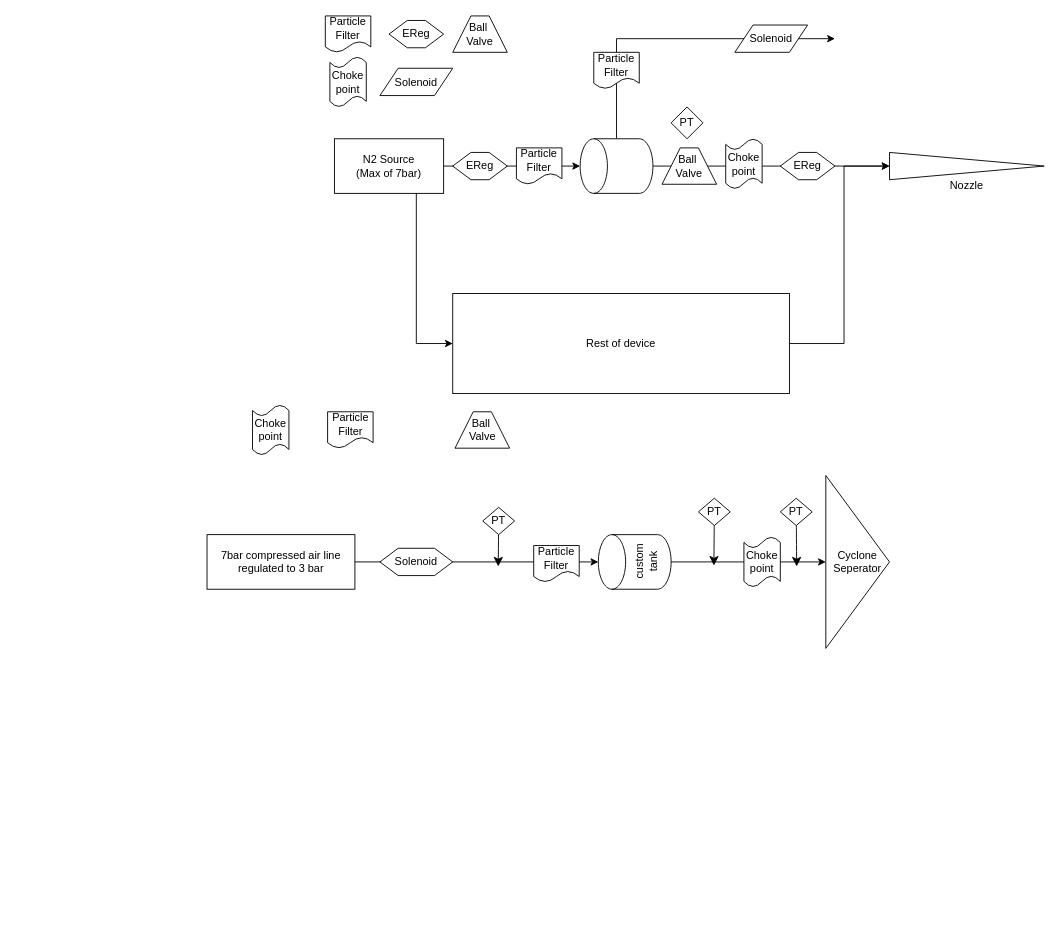
JakCrane/FYP keeps this draw.io diagram as Research_Files/February/FYP_test.drawio. Above is the earlier version. Source tidied: cells renumbered, new cells numbered last; positions are measured from the earlier drawing's top-left corner, leaving out a move shared by most shapes. Both pictures are drawn from the tidied source at 91%, with x=0, y=0 at pixel (207, 15).
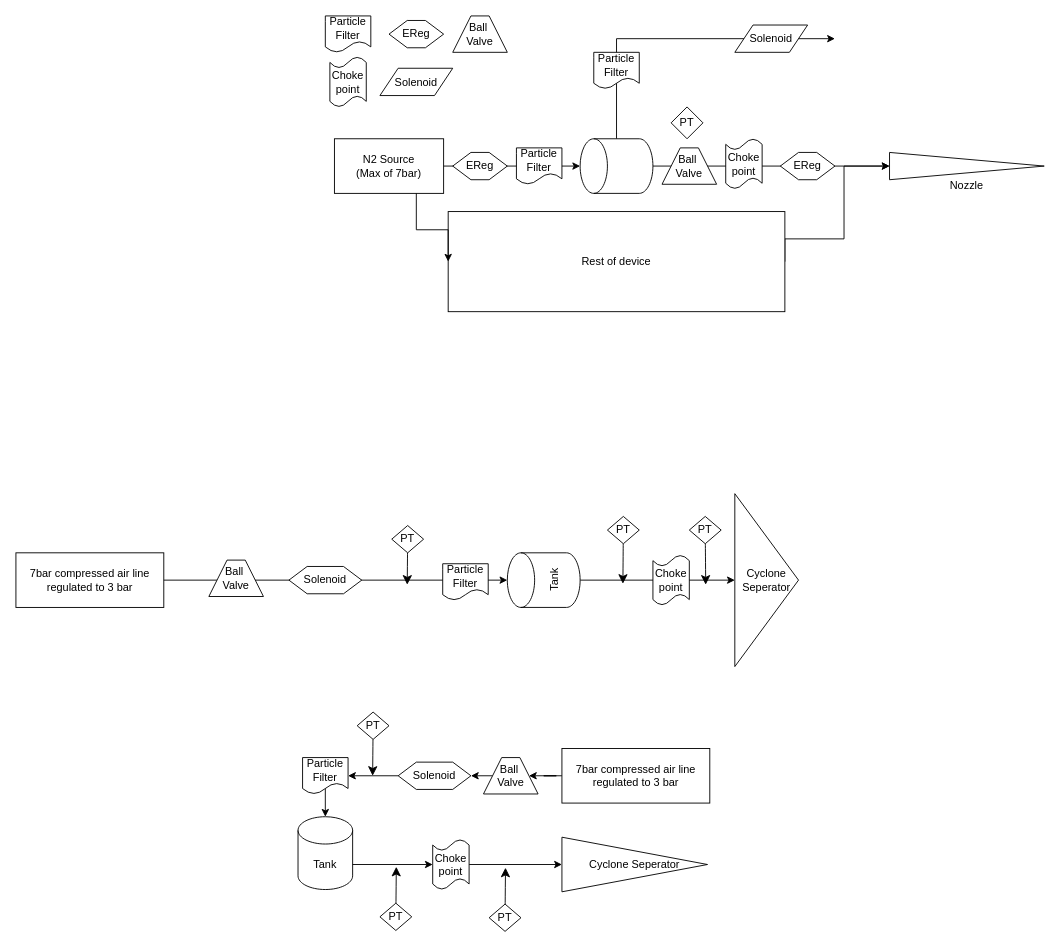
After the change.

The change refers to these unchanged cells:
```xml
<mxCell id="5" value="N2 Source&lt;div&gt;(Max of 7bar)&lt;/div&gt;" style="rounded=0;whiteSpace=wrap;html=1;" parent="1" vertex="1">
  <mxGeometry x="140" y="135" width="120" height="60" as="geometry" />
</mxCell>
```

The edit, as a diff of the source:
```diff
@@
     <mxCell id="7" style="edgeStyle=orthogonalEdgeStyle;rounded=0;jettySize=auto;html=1;exitX=1;exitY=0.5;exitDx=0;exitDy=0;" parent="1" edge="1" source="8">
       <mxGeometry relative="1" as="geometry">
         <mxPoint x="750" y="165" as="targetPoint" />
         <Array as="points">
-          <mxPoint x="700" y="360" />
+          <mxPoint x="635" y="245" />
+          <mxPoint x="700" y="245" />
           <mxPoint x="700" y="165" />
         </Array>
       </mxGeometry>
     </mxCell>
     <mxCell id="8" value="Rest of device" style="rounded=0;whiteSpace=wrap;html=1;" parent="1" vertex="1">
-      <mxGeometry x="270" y="305" width="370" height="110" as="geometry" />
+      <mxGeometry x="265" y="215" width="370" height="110" as="geometry" />
     </mxCell>
@@
     <mxCell id="11" style="edgeStyle=orthogonalEdgeStyle;rounded=0;jettySize=auto;html=1;exitX=0.75;exitY=1;exitDx=0;exitDy=0;entryX=0;entryY=0.5;entryDx=0;entryDy=0;" parent="1" edge="1" source="5" target="8">
       <mxGeometry relative="1" as="geometry">
         <Array as="points">
-          <mxPoint x="230" y="360" />
+          <mxPoint x="230" y="235" />
+          <mxPoint x="265" y="235" />
         </Array>
       </mxGeometry>
     </mxCell>
@@
-    <mxCell id="25" value="custom tank" style="shape=cylinder3;whiteSpace=wrap;html=1;boundedLbl=1;backgroundOutline=1;size=15;rotation=-90;" parent="1" vertex="1">
-      <mxGeometry x="440" y="560" width="60" height="80" as="geometry" />
+    <mxCell id="25" value="Tank" style="shape=cylinder3;whiteSpace=wrap;html=1;boundedLbl=1;backgroundOutline=1;size=15;rotation=-90;" parent="1" vertex="1">
+      <mxGeometry x="340" y="580" width="60" height="80" as="geometry" />
     </mxCell>
     <mxCell id="26" value="7bar compressed air line regulated to 3 bar" style="rounded=0;whiteSpace=wrap;html=1;" parent="1" vertex="1">
-      <mxGeometry y="570" width="162.5" height="60" as="geometry" />
+      <mxGeometry x="-210" y="590" width="162.5" height="60" as="geometry" />
     </mxCell>
     <mxCell id="27" value="Cyclone Seperator" style="triangle;whiteSpace=wrap;html=1;" parent="1" vertex="1">
-      <mxGeometry x="680" y="505" width="70" height="190" as="geometry" />
+      <mxGeometry x="580" y="525" width="70" height="190" as="geometry" />
     </mxCell>
@@
-    <mxCell id="29" value="Particle Filter" style="shape=document;whiteSpace=wrap;html=1;boundedLbl=1;" parent="1" vertex="1">
-      <mxGeometry x="132.5" y="435" width="50" height="40" as="geometry" />
-    </mxCell>
-    <mxCell id="30" value="Choke point" style="shape=tape;whiteSpace=wrap;html=1;size=0.2222222222222222;" parent="1" vertex="1">
-      <mxGeometry x="50" y="427.5" width="40" height="55" as="geometry" />
-    </mxCell>
     <mxCell id="31" value="Choke point" style="shape=tape;whiteSpace=wrap;html=1;size=0.2222222222222222;" parent="1" vertex="1">
-      <mxGeometry x="590" y="572.5" width="40" height="55" as="geometry" />
+      <mxGeometry x="490" y="592.5" width="40" height="55" as="geometry" />
     </mxCell>
     <mxCell id="32" value="Ball&amp;nbsp;&lt;div&gt;Valve&lt;/div&gt;" style="shape=trapezoid;perimeter=trapezoidPerimeter;whiteSpace=wrap;html=1;fixedSize=1;" parent="1" vertex="1">
-      <mxGeometry x="272.5" y="435" width="60" height="40" as="geometry" />
+      <mxGeometry x="2" y="598" width="60" height="40" as="geometry" />
     </mxCell>
     <mxCell id="33" style="edgeStyle=none;curved=1;rounded=0;jettySize=auto;html=1;fontSize=12;startSize=8;endSize=8;" parent="1" edge="1" source="34">
       <mxGeometry relative="1" as="geometry">
-        <mxPoint x="557" y="604" as="targetPoint" />
+        <mxPoint x="457" y="624" as="targetPoint" />
       </mxGeometry>
     </mxCell>
     <mxCell id="34" value="PT" style="rhombus;whiteSpace=wrap;html=1;" parent="1" vertex="1">
-      <mxGeometry x="540" y="530" width="35" height="30" as="geometry" />
+      <mxGeometry x="440" y="550" width="35" height="30" as="geometry" />
     </mxCell>
     <mxCell id="35" style="edgeStyle=none;curved=1;rounded=0;jettySize=auto;html=1;fontSize=12;startSize=8;endSize=8;" parent="1" edge="1" source="36">
       <mxGeometry relative="1" as="geometry">
-        <mxPoint x="320" y="605" as="targetPoint" />
+        <mxPoint x="220" y="625" as="targetPoint" />
       </mxGeometry>
     </mxCell>
     <mxCell id="36" value="PT" style="rhombus;whiteSpace=wrap;html=1;" parent="1" vertex="1">
-      <mxGeometry x="303" y="540" width="35" height="30" as="geometry" />
+      <mxGeometry x="203" y="560" width="35" height="30" as="geometry" />
     </mxCell>
     <mxCell id="37" style="edgeStyle=none;curved=1;rounded=0;jettySize=auto;html=1;fontSize=12;startSize=8;endSize=8;" parent="1" edge="1" source="38">
       <mxGeometry relative="1" as="geometry">
-        <mxPoint x="648" y="605" as="targetPoint" />
+        <mxPoint x="548" y="625" as="targetPoint" />
       </mxGeometry>
     </mxCell>
     <mxCell id="38" value="PT" style="rhombus;whiteSpace=wrap;html=1;" parent="1" vertex="1">
-      <mxGeometry x="630" y="530" width="35" height="30" as="geometry" />
+      <mxGeometry x="530" y="550" width="35" height="30" as="geometry" />
     </mxCell>
     <mxCell id="39" value="Particle Filter" style="shape=document;whiteSpace=wrap;html=1;boundedLbl=1;" parent="1" vertex="1">
-      <mxGeometry x="359" y="582" width="50" height="40" as="geometry" />
+      <mxGeometry x="259" y="602" width="50" height="40" as="geometry" />
     </mxCell>
     <mxCell id="40" value="Solenoid" style="shape=hexagon;perimeter=hexagonPerimeter2;whiteSpace=wrap;html=1;fixedSize=1;" parent="1" vertex="1">
-      <mxGeometry x="190" y="585" width="80" height="30" as="geometry" />
+      <mxGeometry x="90" y="605" width="80" height="30" as="geometry" />
     </mxCell>
+    <mxCell id="41" value="Tank" style="shape=cylinder3;whiteSpace=wrap;html=1;boundedLbl=1;backgroundOutline=1;size=15;rotation=0;" parent="1" vertex="1">
+      <mxGeometry x="100" y="880" width="60" height="80" as="geometry" />
+    </mxCell>
+    <mxCell id="42" style="edgeStyle=orthogonalEdgeStyle;rounded=0;jettySize=auto;html=1;exitX=0;exitY=0.5;exitDx=0;exitDy=0;" parent="1" edge="1" source="43" target="47">
+      <mxGeometry relative="1" as="geometry" />
+    </mxCell>
+    <mxCell id="43" value="7bar compressed air line regulated to 3 bar" style="rounded=0;whiteSpace=wrap;html=1;" parent="1" vertex="1">
+      <mxGeometry x="390" y="805" width="162.5" height="60" as="geometry" />
+    </mxCell>
+    <mxCell id="44" value="Cyclone Seperator" style="triangle;whiteSpace=wrap;html=1;" parent="1" vertex="1">
+      <mxGeometry x="390" y="902.5" width="160" height="60" as="geometry" />
+    </mxCell>
+    <mxCell id="45" style="edgeStyle=orthogonalEdgeStyle;rounded=0;jettySize=auto;html=1;exitX=1;exitY=0.5;exitDx=0;exitDy=0;exitPerimeter=0;entryX=0;entryY=0.5;entryDx=0;entryDy=0;" parent="1" edge="1" source="30" target="44">
+      <mxGeometry relative="1" as="geometry" />
+    </mxCell>
+    <mxCell id="30" value="Choke point" style="shape=tape;whiteSpace=wrap;html=1;size=0.2222222222222222;" parent="1" vertex="1">
+      <mxGeometry x="248" y="905" width="40" height="55" as="geometry" />
+    </mxCell>
+    <mxCell id="46" style="edgeStyle=orthogonalEdgeStyle;rounded=0;jettySize=auto;html=1;exitX=0;exitY=0.5;exitDx=0;exitDy=0;entryX=1;entryY=0.5;entryDx=0;entryDy=0;" parent="1" edge="1" source="47" target="53">
+      <mxGeometry relative="1" as="geometry" />
+    </mxCell>
+    <mxCell id="47" value="Ball&amp;nbsp;&lt;div&gt;Valve&lt;/div&gt;" style="shape=trapezoid;perimeter=trapezoidPerimeter;whiteSpace=wrap;html=1;fixedSize=1;" parent="1" vertex="1">
+      <mxGeometry x="303.8" y="815" width="60" height="40" as="geometry" />
+    </mxCell>
+    <mxCell id="48" style="edgeStyle=none;curved=1;rounded=0;jettySize=auto;html=1;fontSize=12;startSize=8;endSize=8;" parent="1" edge="1" source="49">
+      <mxGeometry relative="1" as="geometry">
+        <mxPoint x="208" y="935" as="targetPoint" />
+      </mxGeometry>
+    </mxCell>
+    <mxCell id="49" value="PT" style="rhombus;whiteSpace=wrap;html=1;" parent="1" vertex="1">
+      <mxGeometry x="190" y="975" width="35" height="30" as="geometry" />
+    </mxCell>
+    <mxCell id="50" style="edgeStyle=none;curved=1;rounded=0;jettySize=auto;html=1;fontSize=12;startSize=8;endSize=8;" parent="1" edge="1" source="51">
+      <mxGeometry relative="1" as="geometry">
+        <mxPoint x="182" y="835" as="targetPoint" />
+      </mxGeometry>
+    </mxCell>
+    <mxCell id="51" value="PT" style="rhombus;whiteSpace=wrap;html=1;" parent="1" vertex="1">
+      <mxGeometry x="165" y="765" width="35" height="30" as="geometry" />
+    </mxCell>
+    <mxCell id="52" style="edgeStyle=orthogonalEdgeStyle;rounded=0;jettySize=auto;html=1;exitX=0;exitY=0.5;exitDx=0;exitDy=0;entryX=1;entryY=0.5;entryDx=0;entryDy=0;" parent="1" edge="1" source="53" target="29">
+      <mxGeometry relative="1" as="geometry" />
+    </mxCell>
+    <mxCell id="53" value="Solenoid" style="shape=hexagon;perimeter=hexagonPerimeter2;whiteSpace=wrap;html=1;fixedSize=1;" parent="1" vertex="1">
+      <mxGeometry x="210" y="820" width="80" height="30" as="geometry" />
+    </mxCell>
+    <mxCell id="54" style="edgeStyle=none;curved=1;rounded=0;jettySize=auto;html=1;fontSize=12;startSize=8;endSize=8;" parent="1" edge="1" source="55">
+      <mxGeometry relative="1" as="geometry">
+        <mxPoint x="328" y="936" as="targetPoint" />
+      </mxGeometry>
+    </mxCell>
+    <mxCell id="55" value="PT" style="rhombus;whiteSpace=wrap;html=1;" parent="1" vertex="1">
+      <mxGeometry x="310" y="976" width="35" height="30" as="geometry" />
+    </mxCell>
+    <mxCell id="56" style="edgeStyle=orthogonalEdgeStyle;rounded=0;jettySize=auto;html=1;entryX=0.5;entryY=0;entryDx=0;entryDy=0;entryPerimeter=0;" parent="1" edge="1" target="41">
+      <mxGeometry relative="1" as="geometry">
+        <mxPoint x="131" y="848" as="sourcePoint" />
+      </mxGeometry>
+    </mxCell>
+    <mxCell id="29" value="Particle Filter" style="shape=document;whiteSpace=wrap;html=1;boundedLbl=1;rotation=0;" parent="1" vertex="1">
+      <mxGeometry x="105" y="815" width="50" height="40" as="geometry" />
+    </mxCell>
+    <mxCell id="57" style="edgeStyle=orthogonalEdgeStyle;rounded=0;jettySize=auto;html=1;exitX=1;exitY=0;exitDx=0;exitDy=52.5;exitPerimeter=0;entryX=0;entryY=0.5;entryDx=0;entryDy=0;entryPerimeter=0;" parent="1" edge="1" source="41" target="30">
+      <mxGeometry relative="1" as="geometry" />
+    </mxCell>
```
